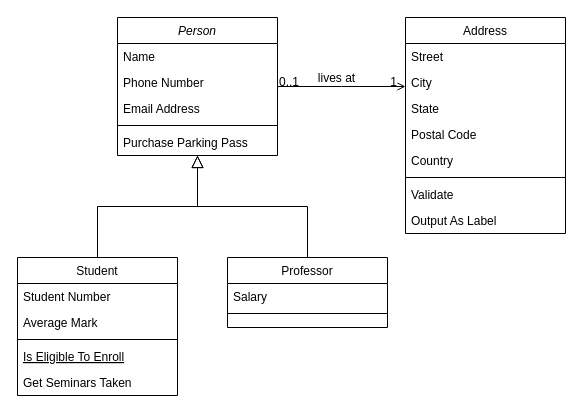
The draw.io diagram diagram/Class Diagram.drawio in wepro-v/asset, before the edit. Source tidied: cells renumbered, new cells numbered last; positions are measured from the earlier drawing's top-left corner, leaving out a move shared by most shapes. Both pictures are drawn from the tidied source at 100%, with x=0, y=0 at pixel (17, 17).
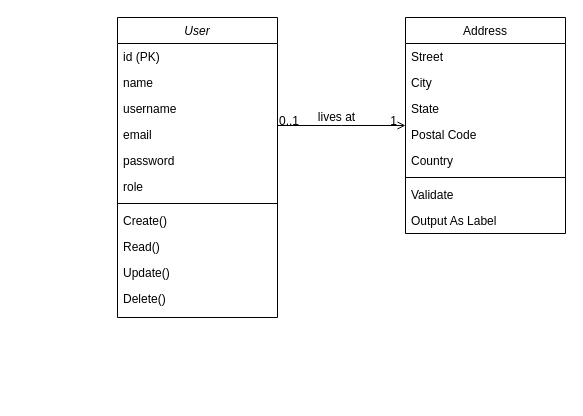
Above is the later version.

The edit, as a diff of the source:
```diff
@@
-    <mxCell id="2" value="Person" style="swimlane;fontStyle=2;align=center;verticalAlign=top;horizontal=1;startSize=26;rounded=0;shadow=0;strokeWidth=1;" parent="1" vertex="1">
-      <mxGeometry x="100" width="160" height="138" as="geometry" />
+    <mxCell id="2" value="User" style="swimlane;fontStyle=2;align=center;verticalAlign=top;horizontal=1;startSize=26;rounded=0;shadow=0;strokeWidth=1;" parent="1" vertex="1">
+      <mxGeometry x="100" width="160" height="300" as="geometry" />
     </mxCell>
-    <mxCell id="3" value="Name" style="text;align=left;verticalAlign=top;spacingLeft=4;spacingRight=4;overflow=hidden;" parent="2" vertex="1">
+    <mxCell id="3" value="id (PK)" style="text;align=left;verticalAlign=top;spacingLeft=4;spacingRight=4;overflow=hidden;" parent="2" vertex="1">
       <mxGeometry y="26" width="160" height="26" as="geometry" />
     </mxCell>
-    <mxCell id="4" value="Phone Number" style="text;align=left;verticalAlign=top;spacingLeft=4;spacingRight=4;overflow=hidden;rounded=0;shadow=0;html=0;" parent="2" vertex="1">
+    <mxCell id="4" value="name" style="text;align=left;verticalAlign=top;spacingLeft=4;spacingRight=4;overflow=hidden;rounded=0;shadow=0;html=0;" parent="2" vertex="1">
       <mxGeometry y="52" width="160" height="26" as="geometry" />
     </mxCell>
-    <mxCell id="5" value="Email Address" style="text;align=left;verticalAlign=top;spacingLeft=4;spacingRight=4;overflow=hidden;rounded=0;shadow=0;html=0;" parent="2" vertex="1">
+    <mxCell id="5" value="username" style="text;align=left;verticalAlign=top;spacingLeft=4;spacingRight=4;overflow=hidden;rounded=0;shadow=0;html=0;" parent="2" vertex="1">
       <mxGeometry y="78" width="160" height="26" as="geometry" />
     </mxCell>
+    <mxCell id="7" value="email" style="text;align=left;verticalAlign=top;spacingLeft=4;spacingRight=4;overflow=hidden;" parent="2" vertex="1">
+      <mxGeometry y="104" width="160" height="26" as="geometry" />
+    </mxCell>
+    <mxCell id="32" value="password" style="text;align=left;verticalAlign=top;spacingLeft=4;spacingRight=4;overflow=hidden;" parent="2" vertex="1">
+      <mxGeometry y="130" width="160" height="26" as="geometry" />
+    </mxCell>
+    <mxCell id="33" value="role" style="text;align=left;verticalAlign=top;spacingLeft=4;spacingRight=4;overflow=hidden;" parent="2" vertex="1">
+      <mxGeometry y="156" width="160" height="26" as="geometry" />
+    </mxCell>
     <mxCell id="6" style="line;html=1;strokeWidth=1;align=left;verticalAlign=middle;spacingTop=-1;spacingLeft=3;spacingRight=3;labelPosition=right;" parent="2" vertex="1">
-      <mxGeometry y="104" width="160" height="8" as="geometry" />
+      <mxGeometry y="182" width="160" height="8" as="geometry" />
     </mxCell>
-    <mxCell id="7" value="Purchase Parking Pass" style="text;align=left;verticalAlign=top;spacingLeft=4;spacingRight=4;overflow=hidden;" parent="2" vertex="1">
-      <mxGeometry y="112" width="160" height="26" as="geometry" />
-    </mxCell>
-    <mxCell id="8" value="Student" style="swimlane;fontStyle=0;align=center;verticalAlign=top;horizontal=1;startSize=26;rounded=0;shadow=0;strokeWidth=1;" parent="1" vertex="1">
-      <mxGeometry y="240" width="160" height="138" as="geometry" />
-    </mxCell>
-    <mxCell id="9" value="Student Number" style="text;align=left;verticalAlign=top;spacingLeft=4;spacingRight=4;overflow=hidden;" parent="8" vertex="1">
-      <mxGeometry y="26" width="160" height="26" as="geometry" />
-    </mxCell>
-    <mxCell id="10" value="Average Mark" style="text;align=left;verticalAlign=top;spacingLeft=4;spacingRight=4;overflow=hidden;rounded=0;shadow=0;html=0;" parent="8" vertex="1">
-      <mxGeometry y="52" width="160" height="26" as="geometry" />
-    </mxCell>
-    <mxCell id="11" style="line;html=1;strokeWidth=1;align=left;verticalAlign=middle;spacingTop=-1;spacingLeft=3;spacingRight=3;labelPosition=right;" parent="8" vertex="1">
-      <mxGeometry y="78" width="160" height="8" as="geometry" />
-    </mxCell>
-    <mxCell id="12" value="Is Eligible To Enroll" style="text;align=left;verticalAlign=top;spacingLeft=4;spacingRight=4;overflow=hidden;fontStyle=4;" parent="8" vertex="1">
-      <mxGeometry y="86" width="160" height="26" as="geometry" />
-    </mxCell>
-    <mxCell id="13" value="Get Seminars Taken" style="text;align=left;verticalAlign=top;spacingLeft=4;spacingRight=4;overflow=hidden;" parent="8" vertex="1">
-      <mxGeometry y="112" width="160" height="26" as="geometry" />
-    </mxCell>
-    <mxCell id="14" style="endArrow=block;endSize=10;endFill=0;shadow=0;strokeWidth=1;rounded=0;edgeStyle=elbowEdgeStyle;elbow=vertical;" parent="1" edge="1" source="8" target="2">
-      <mxGeometry relative="1" as="geometry" />
-    </mxCell>
-    <mxCell id="15" value="Professor" style="swimlane;fontStyle=0;align=center;verticalAlign=top;horizontal=1;startSize=26;rounded=0;shadow=0;strokeWidth=1;" parent="1" vertex="1">
-      <mxGeometry x="210" y="240" width="160" height="70" as="geometry" />
-    </mxCell>
-    <mxCell id="16" value="Salary" style="text;align=left;verticalAlign=top;spacingLeft=4;spacingRight=4;overflow=hidden;" parent="15" vertex="1">
-      <mxGeometry y="26" width="160" height="26" as="geometry" />
-    </mxCell>
-    <mxCell id="17" style="line;html=1;strokeWidth=1;align=left;verticalAlign=middle;spacingTop=-1;spacingLeft=3;spacingRight=3;labelPosition=right;" parent="15" vertex="1">
-      <mxGeometry y="52" width="160" height="8" as="geometry" />
-    </mxCell>
-    <mxCell id="18" style="endArrow=block;endSize=10;endFill=0;shadow=0;strokeWidth=1;rounded=0;edgeStyle=elbowEdgeStyle;elbow=vertical;" parent="1" edge="1" source="15" target="2">
-      <mxGeometry relative="1" as="geometry" />
-    </mxCell>
+    <mxCell id="34" value="Create()" style="text;align=left;verticalAlign=top;spacingLeft=4;spacingRight=4;overflow=hidden;rounded=0;shadow=0;html=0;" parent="2" vertex="1">
+      <mxGeometry y="190" width="160" height="26" as="geometry" />
+    </mxCell>
+    <mxCell id="35" value="Read()" style="text;align=left;verticalAlign=top;spacingLeft=4;spacingRight=4;overflow=hidden;rounded=0;shadow=0;html=0;" parent="2" vertex="1">
+      <mxGeometry y="216" width="160" height="26" as="geometry" />
+    </mxCell>
+    <mxCell id="36" value="Update()" style="text;align=left;verticalAlign=top;spacingLeft=4;spacingRight=4;overflow=hidden;rounded=0;shadow=0;html=0;" parent="2" vertex="1">
+      <mxGeometry y="242" width="160" height="26" as="geometry" />
+    </mxCell>
+    <mxCell id="37" value="Delete()" style="text;align=left;verticalAlign=top;spacingLeft=4;spacingRight=4;overflow=hidden;rounded=0;shadow=0;html=0;" parent="2" vertex="1">
+      <mxGeometry y="268" width="160" height="26" as="geometry" />
+    </mxCell>
```
